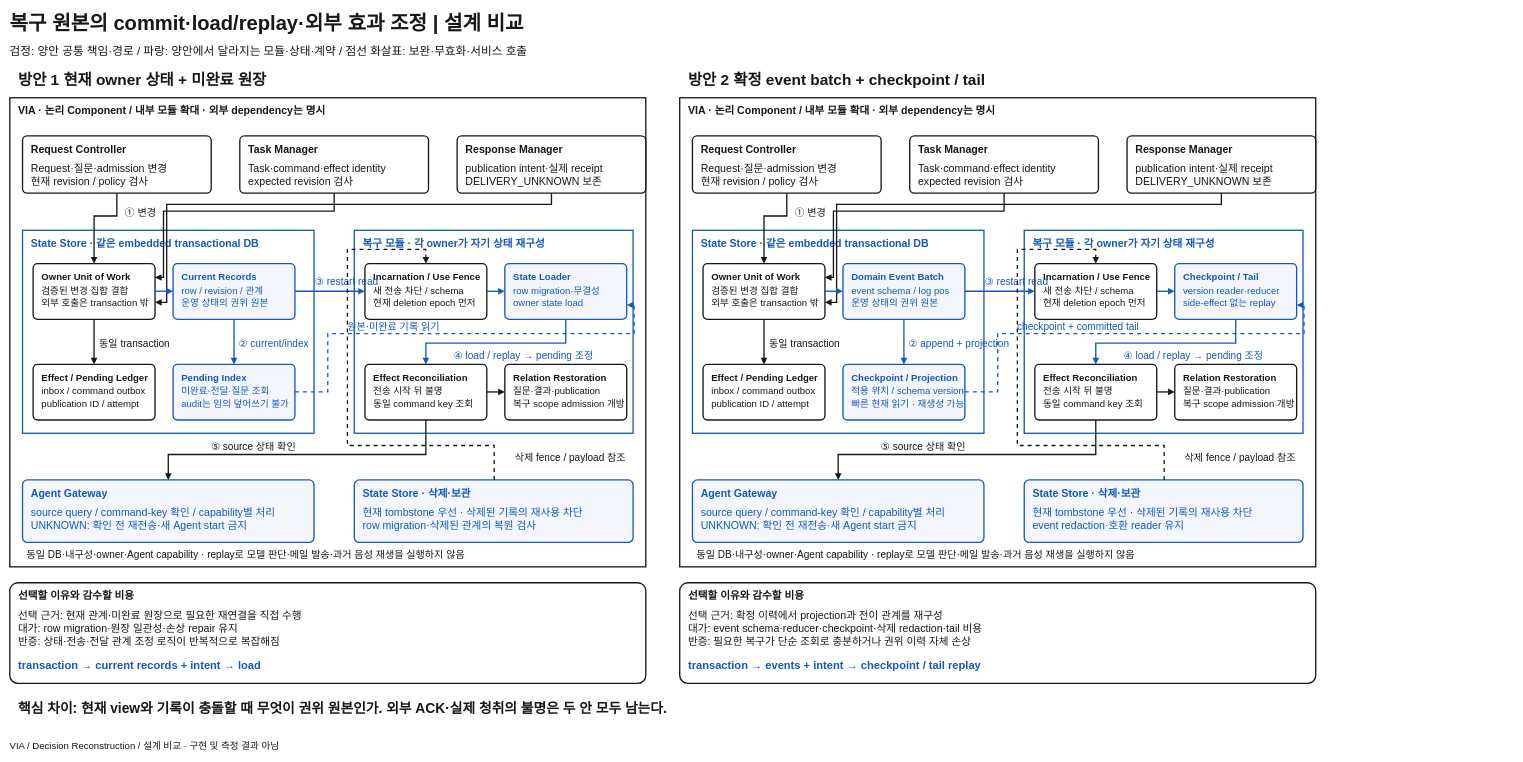
Above: docs/architecture/12-decisions/decision-packages/diagrams/recovery-state-source-comparison.drawio in cbyche/via-sw-architecture (draw.io), before the change. Source tidied: cells renumbered, new cells numbered last; positions are measured from the earlier drawing's top-left corner, leaving out a move shared by most shapes. Both pictures are drawn from the tidied source at 53%, with x=0, y=0 at pixel (10, 9).
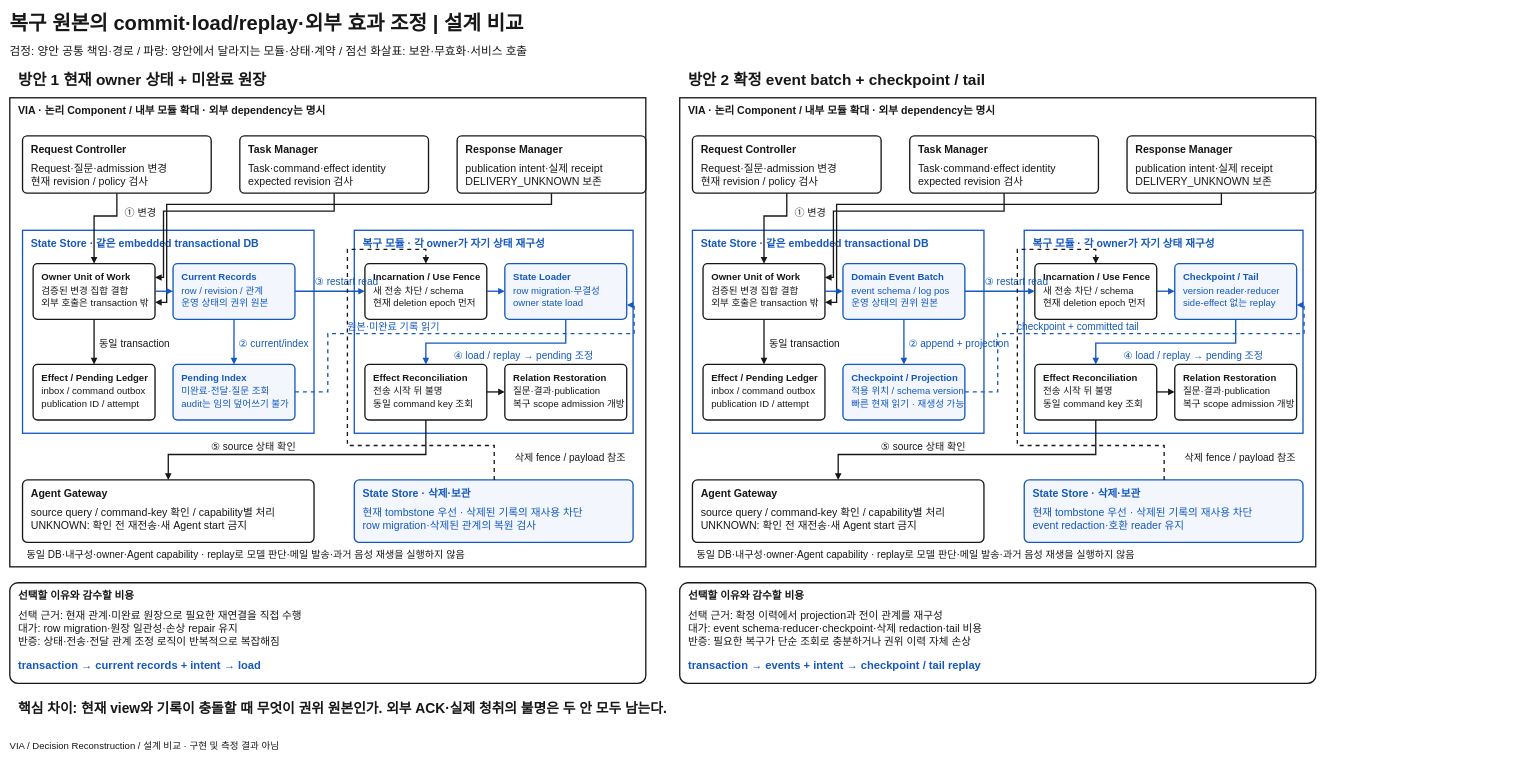
Above is the later version.

The change refers to these unchanged cells:
```xml
<mxCell id="2" style="rounded=0;arcSize=8;html=1;fillColor=#FFFFFF;strokeColor=#171717;strokeWidth=2.5;" parent="1" vertex="1">
  <mxGeometry y="167" width="1200" height="885" as="geometry" />
</mxCell>
<mxCell id="4" style="rounded=0;arcSize=8;html=1;fillColor=#FFFFFF;strokeColor=#171717;strokeWidth=2.5;" parent="1" vertex="1">
  <mxGeometry x="1264" y="167" width="1200" height="885" as="geometry" />
</mxCell>
```

What changed in the source:
```diff
@@
-    <mxCell id="24" style="rounded=1;arcSize=8;html=1;fillColor=#F3F7FD;strokeColor=#1458C0;strokeWidth=2.5;" parent="2" vertex="1">
+    <mxCell id="24" style="rounded=1;arcSize=8;html=1;fillColor=#FFFFFF;strokeColor=#171717;strokeWidth=2.5;" parent="2" vertex="1">
       <mxGeometry x="24" y="721" width="550" height="118" as="geometry" />
     </mxCell>
-    <mxCell id="25" value="Agent Gateway" style="text;html=1;whiteSpace=nowrap;overflow=visible;strokeColor=none;fillColor=none;fontColor=#1458C0;fontSize=20;fontStyle=1;fontFamily=Arial;align=left;verticalAlign=top;spacing=0;" parent="24" vertex="1">
+    <mxCell id="25" value="Agent Gateway" style="text;html=1;whiteSpace=nowrap;overflow=visible;strokeColor=none;fillColor=none;fontColor=#171717;fontSize=20;fontStyle=1;fontFamily=Arial;align=left;verticalAlign=top;spacing=0;" parent="24" vertex="1">
       <mxGeometry x="16" y="8" width="518" height="27" as="geometry" />
     </mxCell>
-    <mxCell id="26" value="source query / command-key 확인 / capability별 처리" style="text;html=1;whiteSpace=nowrap;overflow=visible;strokeColor=none;fillColor=none;fontColor=#1458C0;fontSize=20;fontStyle=0;fontFamily=Arial;align=left;verticalAlign=top;spacing=0;" parent="24" vertex="1">
+    <mxCell id="26" value="source query / command-key 확인 / capability별 처리" style="text;html=1;whiteSpace=nowrap;overflow=visible;strokeColor=none;fillColor=none;fontColor=#171717;fontSize=20;fontStyle=0;fontFamily=Arial;align=left;verticalAlign=top;spacing=0;" parent="24" vertex="1">
       <mxGeometry x="16" y="44" width="518" height="27" as="geometry" />
     </mxCell>
-    <mxCell id="27" value="UNKNOWN: 확인 전 재전송·새 Agent start 금지" style="text;html=1;whiteSpace=nowrap;overflow=visible;strokeColor=none;fillColor=none;fontColor=#1458C0;fontSize=20;fontStyle=0;fontFamily=Arial;align=left;verticalAlign=top;spacing=0;" parent="24" vertex="1">
+    <mxCell id="27" value="UNKNOWN: 확인 전 재전송·새 Agent start 금지" style="text;html=1;whiteSpace=nowrap;overflow=visible;strokeColor=none;fillColor=none;fontColor=#171717;fontSize=20;fontStyle=0;fontFamily=Arial;align=left;verticalAlign=top;spacing=0;" parent="24" vertex="1">
       <mxGeometry x="16" y="69" width="518" height="27" as="geometry" />
     </mxCell>
-    <mxCell id="28" style="shape=line;strokeColor=#1458C0;strokeWidth=1;" parent="24" vertex="1">
+    <mxCell id="28" style="shape=line;strokeColor=#171717;strokeWidth=1;" parent="24" vertex="1">
       <mxGeometry y="45" width="550" as="geometry" />
     </mxCell>
-    <mxCell id="29" style="rounded=1;arcSize=8;html=1;fillColor=#F3F7FD;strokeColor=#1458C0;strokeWidth=2.5;" parent="4" vertex="1">
+    <mxCell id="29" style="rounded=1;arcSize=8;html=1;fillColor=#FFFFFF;strokeColor=#171717;strokeWidth=2.5;" parent="4" vertex="1">
       <mxGeometry x="24" y="721" width="550" height="118" as="geometry" />
     </mxCell>
-    <mxCell id="30" value="Agent Gateway" style="text;html=1;whiteSpace=nowrap;overflow=visible;strokeColor=none;fillColor=none;fontColor=#1458C0;fontSize=20;fontStyle=1;fontFamily=Arial;align=left;verticalAlign=top;spacing=0;" parent="29" vertex="1">
+    <mxCell id="30" value="Agent Gateway" style="text;html=1;whiteSpace=nowrap;overflow=visible;strokeColor=none;fillColor=none;fontColor=#171717;fontSize=20;fontStyle=1;fontFamily=Arial;align=left;verticalAlign=top;spacing=0;" parent="29" vertex="1">
       <mxGeometry x="16" y="8" width="518" height="27" as="geometry" />
     </mxCell>
-    <mxCell id="31" value="source query / command-key 확인 / capability별 처리" style="text;html=1;whiteSpace=nowrap;overflow=visible;strokeColor=none;fillColor=none;fontColor=#1458C0;fontSize=20;fontStyle=0;fontFamily=Arial;align=left;verticalAlign=top;spacing=0;" parent="29" vertex="1">
+    <mxCell id="31" value="source query / command-key 확인 / capability별 처리" style="text;html=1;whiteSpace=nowrap;overflow=visible;strokeColor=none;fillColor=none;fontColor=#171717;fontSize=20;fontStyle=0;fontFamily=Arial;align=left;verticalAlign=top;spacing=0;" parent="29" vertex="1">
       <mxGeometry x="16" y="44" width="518" height="27" as="geometry" />
     </mxCell>
-    <mxCell id="32" value="UNKNOWN: 확인 전 재전송·새 Agent start 금지" style="text;html=1;whiteSpace=nowrap;overflow=visible;strokeColor=none;fillColor=none;fontColor=#1458C0;fontSize=20;fontStyle=0;fontFamily=Arial;align=left;verticalAlign=top;spacing=0;" parent="29" vertex="1">
+    <mxCell id="32" value="UNKNOWN: 확인 전 재전송·새 Agent start 금지" style="text;html=1;whiteSpace=nowrap;overflow=visible;strokeColor=none;fillColor=none;fontColor=#171717;fontSize=20;fontStyle=0;fontFamily=Arial;align=left;verticalAlign=top;spacing=0;" parent="29" vertex="1">
       <mxGeometry x="16" y="69" width="518" height="27" as="geometry" />
     </mxCell>
-    <mxCell id="33" style="shape=line;strokeColor=#1458C0;strokeWidth=1;" parent="29" vertex="1">
+    <mxCell id="33" style="shape=line;strokeColor=#171717;strokeWidth=1;" parent="29" vertex="1">
       <mxGeometry y="45" width="550" as="geometry" />
     </mxCell>
```
